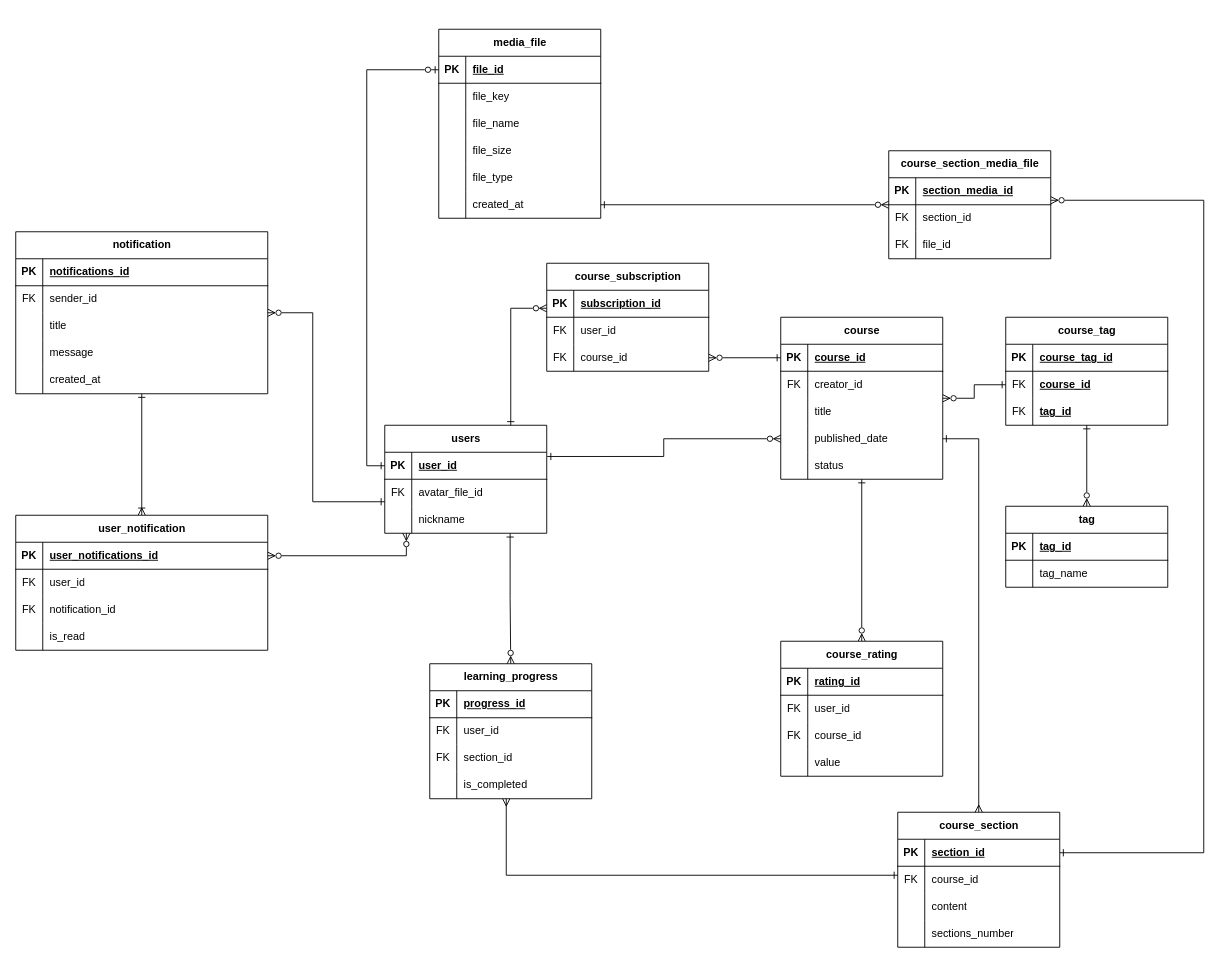
Earlier version of the draw.io diagram diagrams/ER диаграмма (Entity Relations diagram)/ER diagram.drawio (sahland/9.5-Team). Source tidied: cells renumbered, new cells numbered last; positions are measured from the earlier drawing's top-left corner, leaving out a move shared by most shapes. Both pictures are drawn from the tidied source at 90%, with x=0, y=0 at pixel (15, 29).
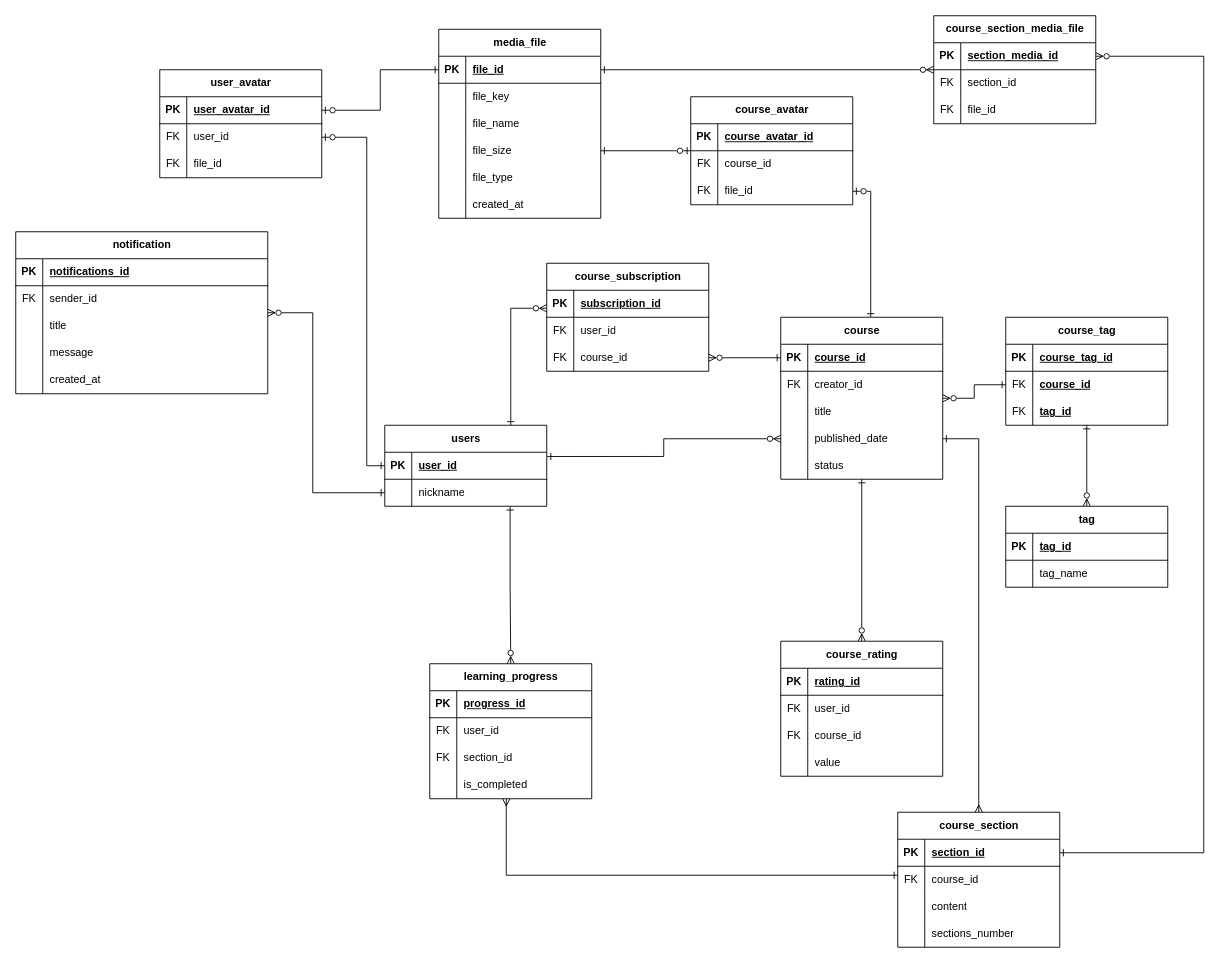
After the change.

Unchanged cells that the change refers to:
```xml
<mxCell id="6" style="shape=tableRow;horizontal=0;startSize=0;swimlaneHead=0;swimlaneBody=0;fillColor=none;points=[[0,0.5],[1,0.5]];portConstraint=eastwest;top=0;left=0;right=0;bottom=1;" parent="5" vertex="1">
  <mxGeometry y="30" width="180" height="30" as="geometry" />
</mxCell>
<mxCell id="18" value="course" style="shape=table;startSize=30;childLayout=tableLayout;rowLines=0;fontStyle=1;align=center;html=1;" parent="1" vertex="1">
  <mxGeometry x="850" y="320" width="180" height="180" as="geometry" />
</mxCell>
<mxCell id="35" style="shape=tableRow;horizontal=0;startSize=0;swimlaneHead=0;swimlaneBody=0;fillColor=none;points=[[0,0.5],[1,0.5]];portConstraint=eastwest;top=0;left=0;right=0;bottom=1;" parent="34" vertex="1">
  <mxGeometry y="30" width="180" height="30" as="geometry" />
</mxCell>
<mxCell id="88" style="shape=tableRow;horizontal=0;startSize=0;swimlaneHead=0;swimlaneBody=0;fillColor=none;points=[[0,0.5],[1,0.5]];portConstraint=eastwest;top=0;left=0;right=0;bottom=1;" parent="87" vertex="1">
  <mxGeometry y="30" width="180" height="30" as="geometry" />
</mxCell>
<mxCell id="97" style="shape=tableRow;horizontal=0;startSize=0;swimlaneHead=0;swimlaneBody=0;fillColor=none;points=[[0,0.5],[1,0.5]];portConstraint=eastwest;top=0;left=0;right=0;bottom=0;" parent="87" vertex="1">
  <mxGeometry y="120" width="180" height="30" as="geometry" />
</mxCell>
<mxCell id="103" style="shape=tableRow;horizontal=0;startSize=0;swimlaneHead=0;swimlaneBody=0;fillColor=none;points=[[0,0.5],[1,0.5]];portConstraint=eastwest;top=0;left=0;right=0;bottom=0;" parent="87" vertex="1">
  <mxGeometry y="180" width="180" height="30" as="geometry" />
</mxCell>
<mxCell id="107" style="shape=tableRow;horizontal=0;startSize=0;swimlaneHead=0;swimlaneBody=0;fillColor=none;points=[[0,0.5],[1,0.5]];portConstraint=eastwest;top=0;left=0;right=0;bottom=1;" parent="106" vertex="1">
  <mxGeometry y="30" width="180" height="30" as="geometry" />
</mxCell>
<mxCell id="120" value="notification" style="shape=table;startSize=30;childLayout=tableLayout;rowLines=0;fontStyle=1;align=center;html=1;" parent="1" vertex="1">
  <mxGeometry y="225" width="280" height="180" as="geometry" />
</mxCell>
```

Change to the diagram source:
```diff
@@
-    <mxCell id="3" style="edgeStyle=orthogonalEdgeStyle;rounded=0;jettySize=auto;html=1;startArrow=ERone;startFill=0;endArrow=ERzeroToOne;endFill=0;entryX=0;entryY=0.5;entryDx=0;entryDy=0;exitX=0;exitY=0.5;exitDx=0;exitDy=0;" parent="1" edge="1" source="6" target="88">
+    <mxCell id="3" style="edgeStyle=orthogonalEdgeStyle;rounded=0;jettySize=auto;html=1;startArrow=ERone;startFill=0;endArrow=ERzeroToOne;endFill=0;entryX=1;entryY=0.5;entryDx=0;entryDy=0;exitX=0;exitY=0.5;exitDx=0;exitDy=0;" parent="1" edge="1" source="6" target="183">
       <mxGeometry relative="1" as="geometry">
         <Array as="points">
           <mxPoint x="390" y="485" />
-          <mxPoint x="390" y="45" />
         </Array>
       </mxGeometry>
     </mxCell>
-    <mxCell id="4" style="edgeStyle=orthogonalEdgeStyle;rounded=0;jettySize=auto;html=1;startArrow=ERzeroToMany;startFill=0;endArrow=ERzeroToMany;endFill=0;entryX=1;entryY=0.5;entryDx=0;entryDy=0;exitX=0.137;exitY=0.967;exitDx=0;exitDy=0;exitPerimeter=0;" parent="1" edge="1" target="137">
-      <mxGeometry relative="1" as="geometry">
-        <mxPoint x="434" y="560" as="sourcePoint" />
-        <Array as="points">
-          <mxPoint x="434" y="585" />
-        </Array>
-      </mxGeometry>
-    </mxCell>
     <mxCell id="5" value="users" style="shape=table;startSize=30;childLayout=tableLayout;rowLines=0;fontStyle=1;align=center;html=1;" parent="1" vertex="1">
-      <mxGeometry x="410" y="440" width="180" height="120" as="geometry" />
+      <mxGeometry x="410" y="440" width="180" height="90" as="geometry" />
     </mxCell>
@@
-    <mxCell id="9" style="shape=tableRow;horizontal=0;startSize=0;swimlaneHead=0;swimlaneBody=0;fillColor=none;top=0;left=0;right=0;bottom=0;" parent="5" vertex="1">
-      <mxGeometry y="60" width="180" height="30" as="geometry" />
-    </mxCell>
-    <mxCell id="10" value="FK" style="shape=partialRectangle;fillColor=none;top=0;left=0;bottom=0;right=0;overflow=hidden;whiteSpace=wrap;html=1;" parent="9" vertex="1">
-      <mxGeometry width="30" height="30" as="geometry" />
-    </mxCell>
-    <mxCell id="11" value="avatar_file_id" style="shape=partialRectangle;fillColor=none;top=0;left=0;bottom=0;right=0;align=left;spacingLeft=6;overflow=hidden;whiteSpace=wrap;html=1;" parent="9" vertex="1">
-      <mxGeometry x="30" width="150" height="30" as="geometry" />
-    </mxCell>
     <mxCell id="12" style="shape=tableRow;horizontal=0;startSize=0;swimlaneHead=0;swimlaneBody=0;fillColor=none;points=[[0,0.5],[1,0.5]];portConstraint=eastwest;top=0;left=0;right=0;bottom=0;" parent="5" vertex="1">
-      <mxGeometry y="90" width="180" height="30" as="geometry" />
+      <mxGeometry y="60" width="180" height="30" as="geometry" />
     </mxCell>
@@
+    <mxCell id="167" style="edgeStyle=orthogonalEdgeStyle;rounded=0;jettySize=auto;html=1;entryX=1;entryY=0.5;entryDx=0;entryDy=0;endArrow=ERzeroToOne;endFill=0;startArrow=ERone;startFill=0;" parent="1" edge="1" source="18" target="176">
+      <mxGeometry relative="1" as="geometry">
+        <Array as="points">
+          <mxPoint x="950" y="180" />
+        </Array>
+      </mxGeometry>
+    </mxCell>
@@
     <mxCell id="106" value="course_section_media_file" style="shape=table;startSize=30;childLayout=tableLayout;rowLines=0;fontStyle=1;align=center;html=1;" parent="1" vertex="1">
-      <mxGeometry x="970" y="135" width="180" height="120" as="geometry" />
+      <mxGeometry x="1020" y="-15" width="180" height="120" as="geometry" />
     </mxCell>
@@
-    <mxCell id="116" style="rounded=0;jettySize=auto;html=1;startArrow=ERone;startFill=0;endArrow=ERzeroToMany;endFill=0;edgeStyle=orthogonalEdgeStyle;" parent="1" edge="1" source="35">
+    <mxCell id="116" style="rounded=0;jettySize=auto;html=1;startArrow=ERone;startFill=0;endArrow=ERzeroToMany;endFill=0;edgeStyle=orthogonalEdgeStyle;entryX=1;entryY=0.5;entryDx=0;entryDy=0;" parent="1" edge="1" source="35" target="107">
       <mxGeometry relative="1" as="geometry">
-        <mxPoint x="1150" y="190" as="targetPoint" />
         <Array as="points">
           <mxPoint x="1320" y="915" />
-          <mxPoint x="1320" y="190" />
+          <mxPoint x="1320" y="30" />
         </Array>
       </mxGeometry>
     </mxCell>
-    <mxCell id="117" style="edgeStyle=orthogonalEdgeStyle;rounded=0;jettySize=auto;html=1;startArrow=ERzeroToMany;startFill=0;endArrow=ERone;endFill=0;entryX=1;entryY=0.5;entryDx=0;entryDy=0;" parent="1" edge="1" source="106" target="103">
+    <mxCell id="117" style="edgeStyle=orthogonalEdgeStyle;rounded=0;jettySize=auto;html=1;startArrow=ERzeroToMany;startFill=0;endArrow=ERone;endFill=0;entryX=1;entryY=0.5;entryDx=0;entryDy=0;" parent="1" edge="1" source="106" target="88">
       <mxGeometry relative="1" as="geometry" />
     </mxCell>
-    <mxCell id="118" style="edgeStyle=orthogonalEdgeStyle;rounded=0;jettySize=auto;html=1;entryX=0;entryY=0.5;entryDx=0;entryDy=0;startArrow=ERzeroToMany;startFill=0;endArrow=ERone;endFill=0;" parent="1" edge="1" source="120">
+    <mxCell id="118" style="edgeStyle=orthogonalEdgeStyle;rounded=0;jettySize=auto;html=1;entryX=0;entryY=0.5;entryDx=0;entryDy=0;startArrow=ERzeroToMany;startFill=0;endArrow=ERone;endFill=0;" parent="1" edge="1" source="120" target="12">
       <mxGeometry relative="1" as="geometry">
-        <mxPoint x="410" y="525" as="targetPoint" />
         <Array as="points">
           <mxPoint x="330" y="315" />
-          <mxPoint x="330" y="525" />
+          <mxPoint x="330" y="515" />
         </Array>
       </mxGeometry>
     </mxCell>
-    <mxCell id="119" style="edgeStyle=orthogonalEdgeStyle;rounded=0;jettySize=auto;html=1;startArrow=ERone;startFill=0;endArrow=ERoneToMany;endFill=0;" parent="1" edge="1" source="120" target="136">
-      <mxGeometry relative="1" as="geometry" />
-    </mxCell>
@@
-    <mxCell id="136" value="user_notification" style="shape=table;startSize=30;childLayout=tableLayout;rowLines=0;fontStyle=1;align=center;html=1;" parent="1" vertex="1">
-      <mxGeometry y="540" width="280" height="150" as="geometry" />
-    </mxCell>
-    <mxCell id="137" style="shape=tableRow;horizontal=0;startSize=0;swimlaneHead=0;swimlaneBody=0;fillColor=none;points=[[0,0.5],[1,0.5]];portConstraint=eastwest;top=0;left=0;right=0;bottom=1;" parent="136" vertex="1">
-      <mxGeometry y="30" width="280" height="30" as="geometry" />
-    </mxCell>
-    <mxCell id="138" value="PK" style="shape=partialRectangle;fillColor=none;top=0;left=0;bottom=0;right=0;fontStyle=1;overflow=hidden;whiteSpace=wrap;html=1;" parent="137" vertex="1">
-      <mxGeometry width="30" height="30" as="geometry" />
-    </mxCell>
-    <mxCell id="139" value="&lt;span style=&quot;text-align: center; text-wrap: nowrap;&quot;&gt;user_notifications_id&lt;/span&gt;" style="shape=partialRectangle;fillColor=none;top=0;left=0;bottom=0;right=0;align=left;spacingLeft=6;fontStyle=5;overflow=hidden;whiteSpace=wrap;html=1;" parent="137" vertex="1">
-      <mxGeometry x="30" width="250" height="30" as="geometry" />
-    </mxCell>
-    <mxCell id="140" style="shape=tableRow;horizontal=0;startSize=0;swimlaneHead=0;swimlaneBody=0;fillColor=none;top=0;left=0;right=0;bottom=0;" parent="136" vertex="1">
-      <mxGeometry y="60" width="280" height="30" as="geometry" />
-    </mxCell>
-    <mxCell id="141" value="FK" style="shape=partialRectangle;fillColor=none;top=0;left=0;bottom=0;right=0;overflow=hidden;whiteSpace=wrap;html=1;" parent="140" vertex="1">
-      <mxGeometry width="30" height="30" as="geometry" />
-    </mxCell>
-    <mxCell id="142" value="user_id" style="shape=partialRectangle;fillColor=none;top=0;left=0;bottom=0;right=0;align=left;spacingLeft=6;overflow=hidden;whiteSpace=wrap;html=1;" parent="140" vertex="1">
-      <mxGeometry x="30" width="250" height="30" as="geometry" />
-    </mxCell>
-    <mxCell id="143" style="shape=tableRow;horizontal=0;startSize=0;swimlaneHead=0;swimlaneBody=0;fillColor=none;top=0;left=0;right=0;bottom=0;" parent="136" vertex="1">
-      <mxGeometry y="90" width="280" height="30" as="geometry" />
-    </mxCell>
-    <mxCell id="144" value="FK" style="shape=partialRectangle;fillColor=none;top=0;left=0;bottom=0;right=0;overflow=hidden;whiteSpace=wrap;html=1;" parent="143" vertex="1">
-      <mxGeometry width="30" height="30" as="geometry" />
-    </mxCell>
-    <mxCell id="145" value="notification_id" style="shape=partialRectangle;fillColor=none;top=0;left=0;bottom=0;right=0;align=left;spacingLeft=6;overflow=hidden;whiteSpace=wrap;html=1;" parent="143" vertex="1">
-      <mxGeometry x="30" width="250" height="30" as="geometry" />
-    </mxCell>
-    <mxCell id="146" style="shape=tableRow;horizontal=0;startSize=0;swimlaneHead=0;swimlaneBody=0;fillColor=none;top=0;left=0;right=0;bottom=0;" parent="136" vertex="1">
-      <mxGeometry y="120" width="280" height="30" as="geometry" />
-    </mxCell>
-    <mxCell id="147" style="shape=partialRectangle;fillColor=none;top=0;left=0;bottom=0;right=0;overflow=hidden;whiteSpace=wrap;html=1;" parent="146" vertex="1">
-      <mxGeometry width="30" height="30" as="geometry" />
-    </mxCell>
-    <mxCell id="148" value="is_read" style="shape=partialRectangle;fillColor=none;top=0;left=0;bottom=0;right=0;align=left;spacingLeft=6;overflow=hidden;whiteSpace=wrap;html=1;" parent="146" vertex="1">
-      <mxGeometry x="30" width="250" height="30" as="geometry" />
-    </mxCell>
@@
+    <mxCell id="168" style="edgeStyle=orthogonalEdgeStyle;rounded=0;jettySize=auto;html=1;entryX=1;entryY=0.5;entryDx=0;entryDy=0;endArrow=ERone;endFill=0;startArrow=ERzeroToOne;startFill=0;" parent="1" edge="1" source="169" target="97">
+      <mxGeometry relative="1" as="geometry" />
+    </mxCell>
+    <mxCell id="169" value="course_avatar" style="shape=table;startSize=30;childLayout=tableLayout;rowLines=0;fontStyle=1;align=center;html=1;" parent="1" vertex="1">
+      <mxGeometry x="750" y="75" width="180" height="120" as="geometry" />
+    </mxCell>
+    <mxCell id="170" style="shape=tableRow;horizontal=0;startSize=0;swimlaneHead=0;swimlaneBody=0;fillColor=none;top=0;left=0;right=0;bottom=1;" parent="169" vertex="1">
+      <mxGeometry y="30" width="180" height="30" as="geometry" />
+    </mxCell>
+    <mxCell id="171" value="PK" style="shape=partialRectangle;fillColor=none;top=0;left=0;bottom=0;right=0;fontStyle=1;overflow=hidden;whiteSpace=wrap;html=1;" parent="170" vertex="1">
+      <mxGeometry width="30" height="30" as="geometry" />
+    </mxCell>
+    <mxCell id="172" value="&lt;div style=&quot;&quot;&gt;&lt;span style=&quot;text-align: center; text-wrap: nowrap; background-color: initial;&quot;&gt;course_avatar&lt;/span&gt;_id&lt;br&gt;&lt;/div&gt;" style="shape=partialRectangle;fillColor=none;top=0;left=0;bottom=0;right=0;align=left;spacingLeft=6;fontStyle=5;overflow=hidden;whiteSpace=wrap;html=1;" parent="170" vertex="1">
+      <mxGeometry x="30" width="150" height="30" as="geometry" />
+    </mxCell>
+    <mxCell id="173" style="shape=tableRow;horizontal=0;startSize=0;swimlaneHead=0;swimlaneBody=0;fillColor=none;top=0;left=0;right=0;bottom=0;" parent="169" vertex="1">
+      <mxGeometry y="60" width="180" height="30" as="geometry" />
+    </mxCell>
+    <mxCell id="174" value="FK" style="shape=partialRectangle;fillColor=none;top=0;left=0;bottom=0;right=0;overflow=hidden;whiteSpace=wrap;html=1;" parent="173" vertex="1">
+      <mxGeometry width="30" height="30" as="geometry" />
+    </mxCell>
+    <mxCell id="175" value="course_id" style="shape=partialRectangle;fillColor=none;top=0;left=0;bottom=0;right=0;align=left;spacingLeft=6;overflow=hidden;whiteSpace=wrap;html=1;" parent="173" vertex="1">
+      <mxGeometry x="30" width="150" height="30" as="geometry" />
+    </mxCell>
+    <mxCell id="176" style="shape=tableRow;horizontal=0;startSize=0;swimlaneHead=0;swimlaneBody=0;fillColor=none;points=[[0,0.5],[1,0.5]];portConstraint=eastwest;top=0;left=0;right=0;bottom=0;" parent="169" vertex="1">
+      <mxGeometry y="90" width="180" height="30" as="geometry" />
+    </mxCell>
+    <mxCell id="177" value="FK" style="shape=partialRectangle;fillColor=none;top=0;left=0;bottom=0;right=0;overflow=hidden;whiteSpace=wrap;html=1;" parent="176" vertex="1">
+      <mxGeometry width="30" height="30" as="geometry" />
+    </mxCell>
+    <mxCell id="178" value="file_id" style="shape=partialRectangle;fillColor=none;top=0;left=0;bottom=0;right=0;align=left;spacingLeft=6;overflow=hidden;whiteSpace=wrap;html=1;" parent="176" vertex="1">
+      <mxGeometry x="30" width="150" height="30" as="geometry" />
+    </mxCell>
+    <mxCell id="179" value="user_avatar" style="shape=table;startSize=30;childLayout=tableLayout;rowLines=0;fontStyle=1;align=center;html=1;" parent="1" vertex="1">
+      <mxGeometry x="160" y="45" width="180" height="120" as="geometry" />
+    </mxCell>
+    <mxCell id="180" style="shape=tableRow;horizontal=0;startSize=0;swimlaneHead=0;swimlaneBody=0;fillColor=none;points=[[0,0.5],[1,0.5]];portConstraint=eastwest;top=0;left=0;right=0;bottom=1;" parent="179" vertex="1">
+      <mxGeometry y="30" width="180" height="30" as="geometry" />
+    </mxCell>
+    <mxCell id="181" value="PK" style="shape=partialRectangle;fillColor=none;top=0;left=0;bottom=0;right=0;fontStyle=1;overflow=hidden;whiteSpace=wrap;html=1;" parent="180" vertex="1">
+      <mxGeometry width="30" height="30" as="geometry" />
+    </mxCell>
+    <mxCell id="182" value="&lt;div style=&quot;&quot;&gt;&lt;span style=&quot;text-align: center; text-wrap: nowrap; background-color: initial;&quot;&gt;user_avatar&lt;/span&gt;_id&lt;br&gt;&lt;/div&gt;" style="shape=partialRectangle;fillColor=none;top=0;left=0;bottom=0;right=0;align=left;spacingLeft=6;fontStyle=5;overflow=hidden;whiteSpace=wrap;html=1;" parent="180" vertex="1">
+      <mxGeometry x="30" width="150" height="30" as="geometry" />
+    </mxCell>
+    <mxCell id="183" style="shape=tableRow;horizontal=0;startSize=0;swimlaneHead=0;swimlaneBody=0;fillColor=none;points=[[0,0.5],[1,0.5]];portConstraint=eastwest;top=0;left=0;right=0;bottom=0;" parent="179" vertex="1">
+      <mxGeometry y="60" width="180" height="30" as="geometry" />
+    </mxCell>
+    <mxCell id="184" value="FK" style="shape=partialRectangle;fillColor=none;top=0;left=0;bottom=0;right=0;overflow=hidden;whiteSpace=wrap;html=1;" parent="183" vertex="1">
+      <mxGeometry width="30" height="30" as="geometry" />
+    </mxCell>
+    <mxCell id="142" value="user_id" style="shape=partialRectangle;fillColor=none;top=0;left=0;bottom=0;right=0;align=left;spacingLeft=6;overflow=hidden;whiteSpace=wrap;html=1;" parent="183" vertex="1">
+      <mxGeometry x="30" width="150" height="30" as="geometry" />
+    </mxCell>
+    <mxCell id="185" style="shape=tableRow;horizontal=0;startSize=0;swimlaneHead=0;swimlaneBody=0;fillColor=none;top=0;left=0;right=0;bottom=0;" parent="179" vertex="1">
+      <mxGeometry y="90" width="180" height="30" as="geometry" />
+    </mxCell>
+    <mxCell id="186" value="FK" style="shape=partialRectangle;fillColor=none;top=0;left=0;bottom=0;right=0;overflow=hidden;whiteSpace=wrap;html=1;" parent="185" vertex="1">
+      <mxGeometry width="30" height="30" as="geometry" />
+    </mxCell>
+    <mxCell id="187" value="file_id" style="shape=partialRectangle;fillColor=none;top=0;left=0;bottom=0;right=0;align=left;spacingLeft=6;overflow=hidden;whiteSpace=wrap;html=1;" parent="185" vertex="1">
+      <mxGeometry x="30" width="150" height="30" as="geometry" />
+    </mxCell>
+    <mxCell id="188" style="edgeStyle=orthogonalEdgeStyle;rounded=0;jettySize=auto;html=1;entryX=0;entryY=0.5;entryDx=0;entryDy=0;endArrow=ERone;endFill=0;startArrow=ERzeroToOne;startFill=0;exitX=1;exitY=0.5;exitDx=0;exitDy=0;" parent="1" edge="1" source="180" target="88">
+      <mxGeometry relative="1" as="geometry" />
+    </mxCell>
```
